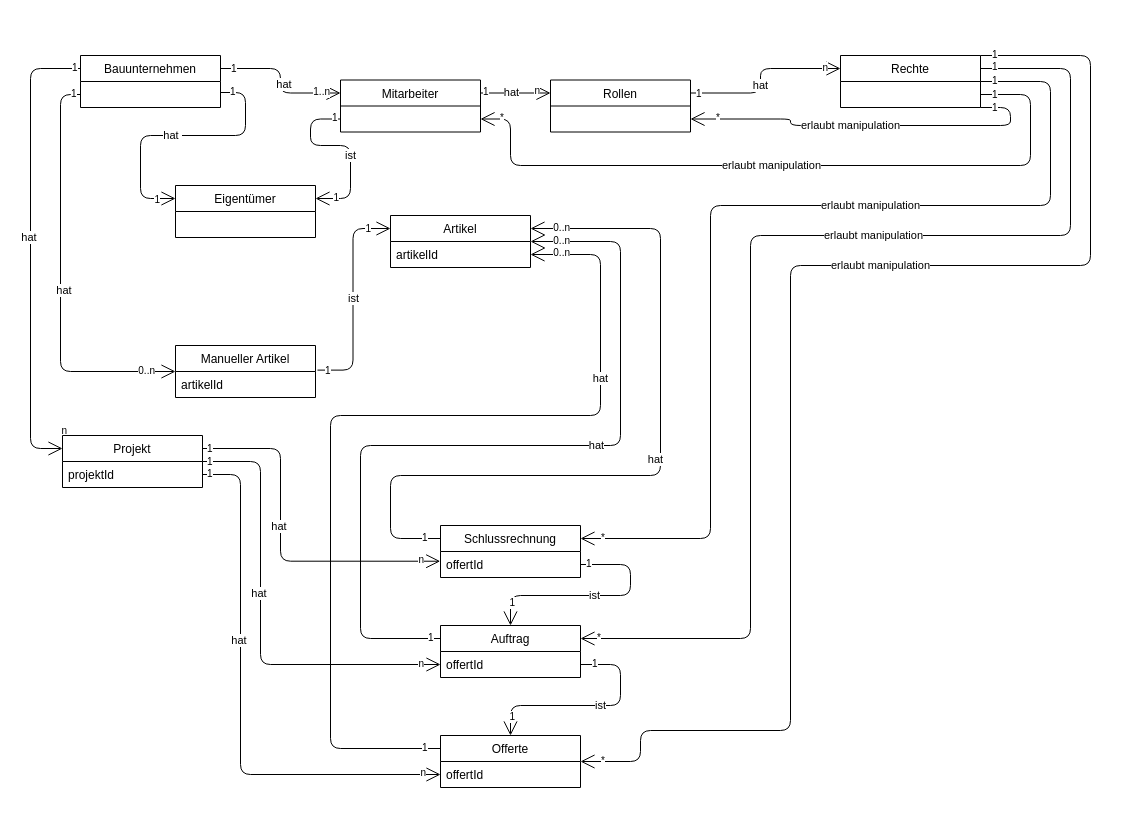
This is Documents/Domain model.drawio from UnifiedCalculation/UniCalc_doc, a draw.io file, before an edit. Source tidied: cells renumbered, new cells numbered last; positions are measured from the earlier drawing's top-left corner, leaving out a move shared by most shapes. Both pictures are drawn from the tidied source at 100%, with x=0, y=0 at pixel (30, 55).
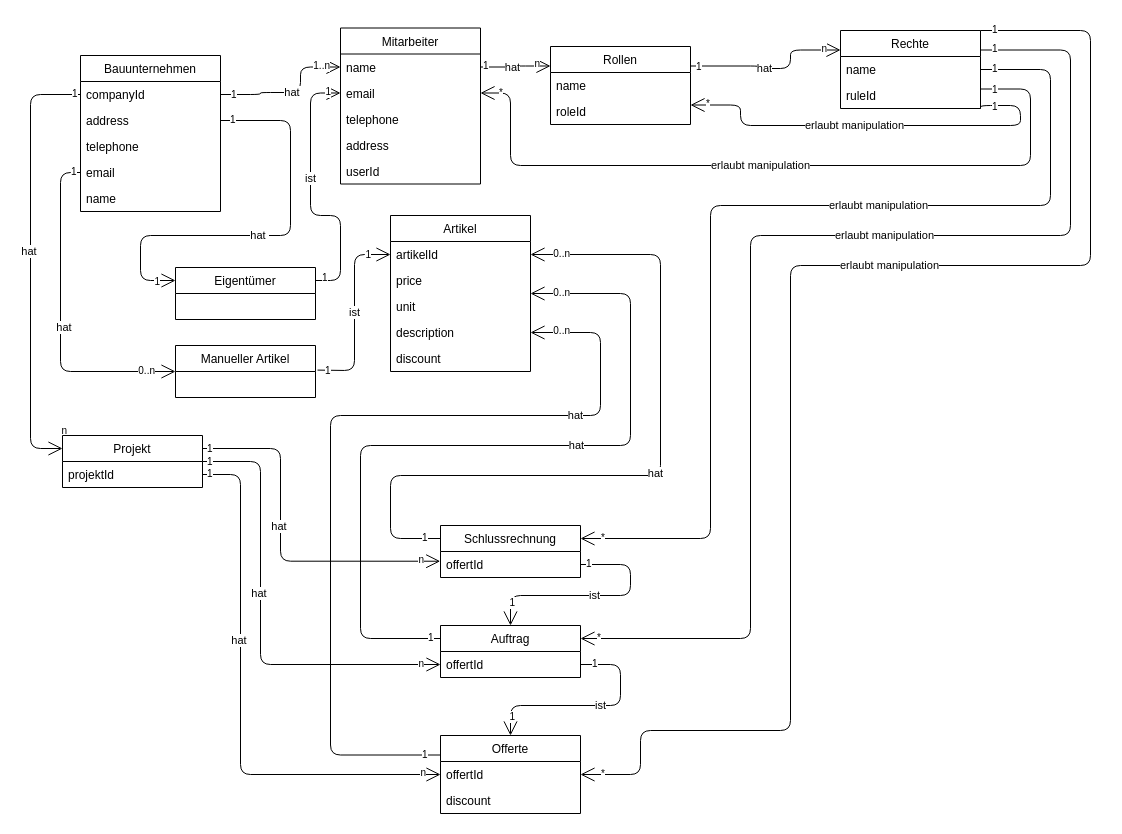
The same page after the edit.

The change refers to these unchanged cells:
```xml
<mxCell id="69" value="Projekt" style="swimlane;fontStyle=0;horizontal=1;startSize=26;fillColor=none;" parent="1" vertex="1">
  <mxGeometry x="32" y="380" width="140" height="52" as="geometry" />
</mxCell>
<mxCell id="71" value="Manueller Artikel" style="swimlane;fontStyle=0;horizontal=1;startSize=26;fillColor=none;" parent="1" vertex="1">
  <mxGeometry x="145" y="290" width="140" height="52" as="geometry" />
</mxCell>
<mxCell id="76" value="Schlussrechnung" style="swimlane;fontStyle=0;horizontal=1;startSize=26;fillColor=none;" parent="1" vertex="1">
  <mxGeometry x="410" y="470" width="140" height="52" as="geometry" />
</mxCell>
<mxCell id="78" value="Auftrag" style="swimlane;fontStyle=0;horizontal=1;startSize=26;fillColor=none;" parent="1" vertex="1">
  <mxGeometry x="410" y="570" width="140" height="52" as="geometry" />
</mxCell>
```

Change to the diagram source:
```diff
@@
-    <mxCell id="2" value="hat&amp;nbsp;" style="endArrow=open;html=1;endSize=12;startArrow=none;startSize=14;startFill=0;edgeStyle=orthogonalEdgeStyle;exitX=1;exitY=0.75;exitDx=0;exitDy=0;entryX=0;entryY=0.25;entryDx=0;entryDy=0;" parent="1" edge="1" target="73">
+    <mxCell id="2" value="hat&amp;nbsp;" style="endArrow=open;html=1;endSize=12;startArrow=none;startSize=14;startFill=0;edgeStyle=orthogonalEdgeStyle;exitX=1;exitY=0.5;exitDx=0;exitDy=0;entryX=0;entryY=0.25;entryDx=0;entryDy=0;" parent="1" edge="1" source="85" target="73">
       <mxGeometry x="0.04" relative="1" as="geometry">
-        <mxPoint x="190" y="37" as="sourcePoint" />
         <Array as="points">
-          <mxPoint x="215" y="37" />
-          <mxPoint x="215" y="80" />
-          <mxPoint x="110" y="80" />
-          <mxPoint x="110" y="143" />
+          <mxPoint x="260" y="65" />
+          <mxPoint x="260" y="180" />
+          <mxPoint x="110" y="180" />
+          <mxPoint x="110" y="225" />
         </Array>
       </mxGeometry>
     </mxCell>
@@
-    <mxCell id="5" value="hat&amp;nbsp;" style="endArrow=open;html=1;endSize=12;startArrow=none;startSize=14;startFill=0;edgeStyle=orthogonalEdgeStyle;exitX=1;exitY=0.25;exitDx=0;exitDy=0;entryX=0;entryY=0.25;entryDx=0;entryDy=0;" parent="1" edge="1" source="66" target="67">
-      <mxGeometry x="0.05" y="5" relative="1" as="geometry" />
+    <mxCell id="5" value="hat&amp;nbsp;" style="endArrow=open;html=1;endSize=12;startArrow=none;startSize=14;startFill=0;edgeStyle=orthogonalEdgeStyle;entryX=0;entryY=0.25;entryDx=0;entryDy=0;exitX=1;exitY=0.5;exitDx=0;exitDy=0;" parent="1" edge="1" source="84" target="67">
+      <mxGeometry x="0.02" relative="1" as="geometry">
+        <Array as="points">
+          <mxPoint x="230" y="39" />
+          <mxPoint x="230" y="37" />
+          <mxPoint x="270" y="37" />
+        </Array>
+      </mxGeometry>
     </mxCell>
@@
-    <mxCell id="8" value="ist" style="endArrow=open;html=1;endSize=12;startArrow=none;startSize=14;startFill=0;edgeStyle=orthogonalEdgeStyle;exitX=0;exitY=0.75;exitDx=0;exitDy=0;entryX=1;entryY=0.25;entryDx=0;entryDy=0;" parent="1" edge="1">
+    <mxCell id="8" value="ist" style="endArrow=open;html=1;endSize=12;startArrow=none;startSize=14;startFill=0;edgeStyle=orthogonalEdgeStyle;entryX=0;entryY=0.5;entryDx=0;entryDy=0;exitX=1;exitY=0.25;exitDx=0;exitDy=0;" parent="1" edge="1" source="73" target="90">
       <mxGeometry x="0.15" relative="1" as="geometry">
-        <mxPoint x="310" y="63.5" as="sourcePoint" />
-        <mxPoint x="285" y="143" as="targetPoint" />
         <Array as="points">
-          <mxPoint x="280" y="64" />
-          <mxPoint x="280" y="90" />
-          <mxPoint x="320" y="90" />
-          <mxPoint x="320" y="143" />
+          <mxPoint x="310" y="225" />
+          <mxPoint x="310" y="160" />
+          <mxPoint x="280" y="160" />
+          <mxPoint x="280" y="37" />
+          <mxPoint x="310" y="37" />
         </Array>
       </mxGeometry>
     </mxCell>
     <mxCell id="9" value="1" style="html=1;align=left;verticalAlign=top;labelBackgroundColor=#ffffff;fontSize=10;" parent="8" vertex="1">
       <mxGeometry x="-1" relative="1" as="geometry">
-        <mxPoint x="-10" y="-13.5" as="offset" />
+        <mxPoint x="5" y="-15" as="offset" />
       </mxGeometry>
     </mxCell>
     <mxCell id="10" value="1" style="html=1;align=right;verticalAlign=top;labelBackgroundColor=#ffffff;fontSize=10;" parent="8" vertex="1">
       <mxGeometry x="1" relative="1" as="geometry">
-        <mxPoint x="24.9" y="-13.5" as="offset" />
+        <mxPoint x="-9.7" y="-13.5" as="offset" />
       </mxGeometry>
     </mxCell>
-    <mxCell id="11" value="hat" style="endArrow=open;html=1;endSize=12;startArrow=none;startSize=14;startFill=0;edgeStyle=orthogonalEdgeStyle;entryX=0;entryY=0.25;entryDx=0;entryDy=0;exitX=1;exitY=0.25;exitDx=0;exitDy=0;" parent="1" edge="1" source="67" target="68">
+    <mxCell id="11" value="hat" style="endArrow=open;html=1;endSize=12;startArrow=none;startSize=14;startFill=0;edgeStyle=orthogonalEdgeStyle;entryX=0;entryY=0.25;entryDx=0;entryDy=0;exitX=1;exitY=0.5;exitDx=0;exitDy=0;" parent="1" edge="1" source="89" target="68">
       <mxGeometry x="-0.11" relative="1" as="geometry" />
     </mxCell>
@@
     <mxCell id="14" value="hat&amp;nbsp;" style="endArrow=open;html=1;endSize=12;startArrow=none;startSize=14;startFill=0;edgeStyle=orthogonalEdgeStyle;exitX=0;exitY=0.25;exitDx=0;exitDy=0;entryX=0;entryY=0.25;entryDx=0;entryDy=0;" parent="1" edge="1" source="66" target="69">
       <mxGeometry x="-0.05" relative="1" as="geometry">
         <Array as="points">
-          <mxPoint y="13" />
+          <mxPoint y="39" />
           <mxPoint y="393" />
         </Array>
       </mxGeometry>
     </mxCell>
@@
     <mxCell id="17" value="Rechte" style="swimlane;fontStyle=0;horizontal=1;startSize=26;fillColor=none;" parent="1" vertex="1">
-      <mxGeometry x="810" width="140" height="52" as="geometry" />
+      <mxGeometry x="810" y="-25" width="140" height="78" as="geometry" />
     </mxCell>
+    <mxCell id="82" value="name" style="text;strokeColor=none;fillColor=none;align=left;verticalAlign=top;spacingLeft=4;spacingRight=4;overflow=hidden;" parent="17" vertex="1">
+      <mxGeometry y="26" width="140" height="26" as="geometry" />
+    </mxCell>
+    <mxCell id="83" value="ruleId" style="text;strokeColor=none;fillColor=none;align=left;verticalAlign=top;spacingLeft=4;spacingRight=4;overflow=hidden;" parent="17" vertex="1">
+      <mxGeometry y="52" width="140" height="26" as="geometry" />
+    </mxCell>
@@
     <mxCell id="27" value="erlaubt manipulation" style="endArrow=open;html=1;endSize=12;startArrow=none;startSize=14;startFill=0;edgeStyle=orthogonalEdgeStyle;exitX=1;exitY=0.5;exitDx=0;exitDy=0;entryX=1;entryY=0.25;entryDx=0;entryDy=0;" parent="1" edge="1" source="17" target="76">
       <mxGeometry x="-0.25" relative="1" as="geometry">
         <Array as="points">
-          <mxPoint x="1020" y="26" />
+          <mxPoint x="1020" y="14" />
           <mxPoint x="1020" y="150" />
           <mxPoint x="680" y="150" />
           <mxPoint x="680" y="483" />
         </Array>
       </mxGeometry>
     </mxCell>
@@
     <mxCell id="30" value="hat" style="endArrow=open;html=1;endSize=12;startArrow=none;startSize=14;startFill=0;edgeStyle=orthogonalEdgeStyle;entryX=0;entryY=0.25;entryDx=0;entryDy=0;exitX=1;exitY=0.25;exitDx=0;exitDy=0;" parent="1" edge="1" source="68" target="17">
       <mxGeometry x="-0.11" relative="1" as="geometry">
         <Array as="points">
-          <mxPoint x="730" y="38" />
+          <mxPoint x="730" y="11" />
           <mxPoint x="730" y="13" />
+          <mxPoint x="760" y="13" />
+          <mxPoint x="760" y="-5" />
         </Array>
       </mxGeometry>
     </mxCell>
@@
     <mxCell id="33" value="erlaubt manipulation" style="endArrow=open;html=1;endSize=12;startArrow=none;startSize=14;startFill=0;edgeStyle=orthogonalEdgeStyle;entryX=1;entryY=0.25;entryDx=0;entryDy=0;exitX=1;exitY=0.25;exitDx=0;exitDy=0;" parent="1" edge="1" source="17" target="78">
       <mxGeometry x="-0.21" relative="1" as="geometry">
         <Array as="points">
-          <mxPoint x="1040" y="13" />
+          <mxPoint x="1040" y="-5" />
           <mxPoint x="1040" y="180" />
           <mxPoint x="720" y="180" />
           <mxPoint x="720" y="583" />
         </Array>
       </mxGeometry>
     </mxCell>
@@
     <mxCell id="36" value="erlaubt manipulation" style="endArrow=open;html=1;endSize=12;startArrow=none;startSize=14;startFill=0;edgeStyle=orthogonalEdgeStyle;exitX=1;exitY=0;exitDx=0;exitDy=0;entryX=1;entryY=0.5;entryDx=0;entryDy=0;" parent="1" edge="1" source="17" target="80">
       <mxGeometry x="-0.2" relative="1" as="geometry">
         <Array as="points">
-          <mxPoint x="1060" />
+          <mxPoint x="1060" y="-25" />
           <mxPoint x="1060" y="210" />
           <mxPoint x="760" y="210" />
           <mxPoint x="760" y="675" />
           <mxPoint x="610" y="675" />
-          <mxPoint x="610" y="706" />
+          <mxPoint x="610" y="719" />
         </Array>
       </mxGeometry>
     </mxCell>
@@
-    <mxCell id="39" value="erlaubt manipulation" style="endArrow=open;html=1;endSize=12;startArrow=none;startSize=14;startFill=0;edgeStyle=orthogonalEdgeStyle;entryX=1;entryY=0.75;entryDx=0;entryDy=0;exitX=1;exitY=0.75;exitDx=0;exitDy=0;" parent="1" edge="1" source="17" target="67">
+    <mxCell id="39" value="erlaubt manipulation" style="endArrow=open;html=1;endSize=12;startArrow=none;startSize=14;startFill=0;edgeStyle=orthogonalEdgeStyle;entryX=1;entryY=0.5;entryDx=0;entryDy=0;exitX=1;exitY=0.75;exitDx=0;exitDy=0;" parent="1" edge="1" source="17" target="90">
       <mxGeometry x="0.06" relative="1" as="geometry">
         <Array as="points">
-          <mxPoint x="1000" y="39" />
+          <mxPoint x="1000" y="34" />
           <mxPoint x="1000" y="110" />
           <mxPoint x="480" y="110" />
-          <mxPoint x="480" y="64" />
+          <mxPoint x="480" y="38" />
         </Array>
       </mxGeometry>
     </mxCell>
@@
     <mxCell id="41" value="*" style="html=1;align=right;verticalAlign=top;labelBackgroundColor=#ffffff;fontSize=10;" parent="39" vertex="1">
       <mxGeometry x="1" relative="1" as="geometry">
-        <mxPoint x="24" y="-13.5" as="offset" />
+        <mxPoint x="23" y="-12.5" as="offset" />
       </mxGeometry>
     </mxCell>
     <mxCell id="42" value="erlaubt manipulation" style="endArrow=open;html=1;endSize=12;startArrow=none;startSize=14;startFill=0;edgeStyle=orthogonalEdgeStyle;exitX=1;exitY=1;exitDx=0;exitDy=0;entryX=1;entryY=0.75;entryDx=0;entryDy=0;" parent="1" edge="1" source="17" target="68">
       <mxGeometry x="0.11" relative="1" as="geometry">
         <Array as="points">
-          <mxPoint x="980" y="52" />
-          <mxPoint x="980" y="70" />
-          <mxPoint x="760" y="70" />
-          <mxPoint x="760" y="63" />
+          <mxPoint x="950" y="50" />
+          <mxPoint x="990" y="50" />
+          <mxPoint x="990" y="70" />
+          <mxPoint x="710" y="70" />
+          <mxPoint x="710" y="50" />
         </Array>
       </mxGeometry>
     </mxCell>
     <mxCell id="43" value="1" style="html=1;align=left;verticalAlign=top;labelBackgroundColor=#ffffff;fontSize=10;" parent="42" vertex="1">
       <mxGeometry x="-1" relative="1" as="geometry">
-        <mxPoint x="10" y="-12.5" as="offset" />
+        <mxPoint x="10" y="-14.5" as="offset" />
       </mxGeometry>
     </mxCell>
     <mxCell id="44" value="*" style="html=1;align=right;verticalAlign=top;labelBackgroundColor=#ffffff;fontSize=10;" parent="42" vertex="1">
       <mxGeometry x="1" relative="1" as="geometry">
-        <mxPoint x="30.3" y="-13.5" as="offset" />
+        <mxPoint x="20.1" y="-13.5" as="offset" />
       </mxGeometry>
     </mxCell>
     <mxCell id="45" value="hat&amp;nbsp;" style="endArrow=open;html=1;endSize=12;startArrow=none;startSize=14;startFill=0;edgeStyle=orthogonalEdgeStyle;exitX=0;exitY=0.75;exitDx=0;exitDy=0;entryX=0;entryY=0.5;entryDx=0;entryDy=0;" parent="1" edge="1" source="66" target="71">
       <mxGeometry x="0.05" y="5" relative="1" as="geometry">
         <Array as="points">
-          <mxPoint x="30" y="39" />
+          <mxPoint x="30" y="117" />
           <mxPoint x="30" y="316" />
         </Array>
       </mxGeometry>
     </mxCell>
@@
-    <mxCell id="48" value="ist" style="endArrow=open;html=1;endSize=12;startArrow=none;startSize=14;startFill=0;edgeStyle=orthogonalEdgeStyle;entryX=0;entryY=0.25;entryDx=0;entryDy=0;exitX=1.014;exitY=-0.053;exitDx=0;exitDy=0;exitPerimeter=0;" parent="1" edge="1" source="72" target="74">
-      <mxGeometry relative="1" as="geometry" />
+    <mxCell id="48" value="ist" style="endArrow=open;html=1;endSize=12;startArrow=none;startSize=14;startFill=0;edgeStyle=orthogonalEdgeStyle;entryX=0;entryY=0.25;entryDx=0;entryDy=0;exitX=1.014;exitY=-0.053;exitDx=0;exitDy=0;exitPerimeter=0;" parent="1" edge="1" target="74">
+      <mxGeometry relative="1" as="geometry">
+        <mxPoint x="287" y="314.6" as="sourcePoint" />
+      </mxGeometry>
     </mxCell>
@@
     <mxCell id="51" value="hat" style="endArrow=open;html=1;endSize=12;startArrow=none;startSize=14;startFill=0;edgeStyle=orthogonalEdgeStyle;entryX=1;entryY=0.25;entryDx=0;entryDy=0;exitX=0;exitY=0.25;exitDx=0;exitDy=0;" parent="1" edge="1" source="76" target="74">
       <mxGeometry x="0.05" y="5" relative="1" as="geometry">
         <Array as="points">
           <mxPoint x="360" y="483" />
           <mxPoint x="360" y="420" />
           <mxPoint x="630" y="420" />
-          <mxPoint x="630" y="173" />
+          <mxPoint x="630" y="199" />
         </Array>
       </mxGeometry>
     </mxCell>
@@
     <mxCell id="54" value="hat" style="endArrow=open;html=1;endSize=12;startArrow=none;startSize=14;startFill=0;edgeStyle=orthogonalEdgeStyle;entryX=1;entryY=0.5;entryDx=0;entryDy=0;exitX=0;exitY=0.25;exitDx=0;exitDy=0;" parent="1" edge="1" source="78" target="74">
       <mxGeometry x="0.23" relative="1" as="geometry">
         <Array as="points">
           <mxPoint x="330" y="583" />
           <mxPoint x="330" y="390" />
-          <mxPoint x="590" y="390" />
-          <mxPoint x="590" y="186" />
+          <mxPoint x="600" y="390" />
+          <mxPoint x="600" y="238" />
         </Array>
       </mxGeometry>
     </mxCell>
@@
     <mxCell id="57" value="hat" style="endArrow=open;html=1;endSize=12;startArrow=none;startSize=14;startFill=0;edgeStyle=orthogonalEdgeStyle;entryX=1;entryY=0.75;entryDx=0;entryDy=0;exitX=0;exitY=0.25;exitDx=0;exitDy=0;" parent="1" edge="1" source="80" target="74">
       <mxGeometry x="0.59" relative="1" as="geometry">
         <Array as="points">
-          <mxPoint x="300" y="693" />
+          <mxPoint x="300" y="699" />
           <mxPoint x="300" y="360" />
           <mxPoint x="570" y="360" />
-          <mxPoint x="570" y="199" />
+          <mxPoint x="570" y="277" />
         </Array>
       </mxGeometry>
     </mxCell>
@@
     <mxCell id="66" value="Bauunternehmen" style="swimlane;fontStyle=0;horizontal=1;startSize=26;fillColor=none;" parent="1" vertex="1">
-      <mxGeometry x="50" width="140" height="52" as="geometry" />
+      <mxGeometry x="50" width="140" height="156" as="geometry" />
     </mxCell>
+    <mxCell id="84" value="companyId" style="text;strokeColor=none;fillColor=none;align=left;verticalAlign=top;spacingLeft=4;spacingRight=4;overflow=hidden;points=[[0,0.5],[1,0.5]];portConstraint=eastwest;" parent="66" vertex="1">
+      <mxGeometry y="26" width="140" height="26" as="geometry" />
+    </mxCell>
+    <mxCell id="85" value="address" style="text;strokeColor=none;fillColor=none;align=left;verticalAlign=top;spacingLeft=4;spacingRight=4;overflow=hidden;points=[[0,0.5],[1,0.5]];portConstraint=eastwest;" parent="66" vertex="1">
+      <mxGeometry y="52" width="140" height="26" as="geometry" />
+    </mxCell>
+    <mxCell id="86" value="telephone" style="text;strokeColor=none;fillColor=none;align=left;verticalAlign=top;spacingLeft=4;spacingRight=4;overflow=hidden;" parent="66" vertex="1">
+      <mxGeometry y="78" width="140" height="26" as="geometry" />
+    </mxCell>
+    <mxCell id="87" value="email" style="text;strokeColor=none;fillColor=none;align=left;verticalAlign=top;spacingLeft=4;spacingRight=4;overflow=hidden;" parent="66" vertex="1">
+      <mxGeometry y="104" width="140" height="26" as="geometry" />
+    </mxCell>
+    <mxCell id="88" value="name" style="text;strokeColor=none;fillColor=none;align=left;verticalAlign=top;spacingLeft=4;spacingRight=4;overflow=hidden;" parent="66" vertex="1">
+      <mxGeometry y="130" width="140" height="26" as="geometry" />
+    </mxCell>
     <mxCell id="67" value="Mitarbeiter" style="swimlane;fontStyle=0;horizontal=1;startSize=26;fillColor=none;" parent="1" vertex="1">
-      <mxGeometry x="310" y="24.5" width="140" height="52" as="geometry" />
+      <mxGeometry x="310" y="-27.5" width="140" height="156" as="geometry" />
     </mxCell>
-    <mxCell id="68" value="Rollen" style="swimlane;fontStyle=0;horizontal=1;startSize=26;fillColor=none;" parent="1" vertex="1">
-      <mxGeometry x="520" y="24.5" width="140" height="52" as="geometry" />
-    </mxCell>
+    <mxCell id="89" value="name" style="text;strokeColor=none;fillColor=none;align=left;verticalAlign=top;spacingLeft=4;spacingRight=4;overflow=hidden;points=[[0,0.5],[1,0.5]];portConstraint=eastwest;" parent="67" vertex="1">
+      <mxGeometry y="26" width="140" height="26" as="geometry" />
+    </mxCell>
+    <mxCell id="90" value="email" style="text;strokeColor=none;fillColor=none;align=left;verticalAlign=top;spacingLeft=4;spacingRight=4;overflow=hidden;points=[[0,0.5],[1,0.5]];portConstraint=eastwest;" parent="67" vertex="1">
+      <mxGeometry y="52" width="140" height="26" as="geometry" />
+    </mxCell>
+    <mxCell id="91" value="telephone" style="text;strokeColor=none;fillColor=none;align=left;verticalAlign=top;spacingLeft=4;spacingRight=4;overflow=hidden;" parent="67" vertex="1">
+      <mxGeometry y="78" width="140" height="26" as="geometry" />
+    </mxCell>
+    <mxCell id="92" value="address" style="text;strokeColor=none;fillColor=none;align=left;verticalAlign=top;spacingLeft=4;spacingRight=4;overflow=hidden;" parent="67" vertex="1">
+      <mxGeometry y="104" width="140" height="26" as="geometry" />
+    </mxCell>
+    <mxCell id="93" value="userId" style="text;strokeColor=none;fillColor=none;align=left;verticalAlign=top;spacingLeft=4;spacingRight=4;overflow=hidden;" parent="67" vertex="1">
+      <mxGeometry y="130" width="140" height="26" as="geometry" />
+    </mxCell>
@@
-    <mxCell id="72" value="artikelId" style="text;strokeColor=none;fillColor=none;align=left;verticalAlign=top;spacingLeft=4;spacingRight=4;overflow=hidden;points=[[0,0.5],[1,0.5]];portConstraint=eastwest;" parent="71" vertex="1">
-      <mxGeometry y="26" width="140" height="26" as="geometry" />
-    </mxCell>
-    <mxCell id="73" value="Eigentümer" style="swimlane;fontStyle=0;horizontal=1;startSize=26;fillColor=none;" parent="1" vertex="1">
-      <mxGeometry x="145" y="130" width="140" height="52" as="geometry" />
-    </mxCell>
     <mxCell id="74" value="Artikel" style="swimlane;fontStyle=0;horizontal=1;startSize=26;fillColor=none;" parent="1" vertex="1">
-      <mxGeometry x="360" y="160" width="140" height="52" as="geometry" />
+      <mxGeometry x="360" y="160" width="140" height="156" as="geometry" />
     </mxCell>
@@
+    <mxCell id="94" value="price" style="text;strokeColor=none;fillColor=none;align=left;verticalAlign=top;spacingLeft=4;spacingRight=4;overflow=hidden;" parent="74" vertex="1">
+      <mxGeometry y="52" width="140" height="26" as="geometry" />
+    </mxCell>
+    <mxCell id="95" value="unit" style="text;strokeColor=none;fillColor=none;align=left;verticalAlign=top;spacingLeft=4;spacingRight=4;overflow=hidden;" parent="74" vertex="1">
+      <mxGeometry y="78" width="140" height="26" as="geometry" />
+    </mxCell>
+    <mxCell id="96" value="description" style="text;strokeColor=none;fillColor=none;align=left;verticalAlign=top;spacingLeft=4;spacingRight=4;overflow=hidden;" parent="74" vertex="1">
+      <mxGeometry y="104" width="140" height="26" as="geometry" />
+    </mxCell>
+    <mxCell id="97" value="discount" style="text;strokeColor=none;fillColor=none;align=left;verticalAlign=top;spacingLeft=4;spacingRight=4;overflow=hidden;" parent="74" vertex="1">
+      <mxGeometry y="130" width="140" height="26" as="geometry" />
+    </mxCell>
+    <mxCell id="68" value="Rollen" style="swimlane;fontStyle=0;horizontal=1;startSize=26;fillColor=none;" parent="1" vertex="1">
+      <mxGeometry x="520" y="-9" width="140" height="78" as="geometry" />
+    </mxCell>
+    <mxCell id="98" value="name" style="text;strokeColor=none;fillColor=none;align=left;verticalAlign=top;spacingLeft=4;spacingRight=4;overflow=hidden;" parent="68" vertex="1">
+      <mxGeometry y="26" width="140" height="26" as="geometry" />
+    </mxCell>
+    <mxCell id="99" value="roleId" style="text;strokeColor=none;fillColor=none;align=left;verticalAlign=top;spacingLeft=4;spacingRight=4;overflow=hidden;" parent="68" vertex="1">
+      <mxGeometry y="52" width="140" height="26" as="geometry" />
+    </mxCell>
@@
     <mxCell id="80" value="Offerte" style="swimlane;fontStyle=0;horizontal=1;startSize=26;fillColor=none;" parent="1" vertex="1">
-      <mxGeometry x="410" y="680" width="140" height="52" as="geometry" />
+      <mxGeometry x="410" y="680" width="140" height="78" as="geometry" />
     </mxCell>
@@
+    <mxCell id="100" value="discount" style="text;strokeColor=none;fillColor=none;align=left;verticalAlign=top;spacingLeft=4;spacingRight=4;overflow=hidden;" parent="80" vertex="1">
+      <mxGeometry y="52" width="140" height="26" as="geometry" />
+    </mxCell>
+    <mxCell id="73" value="Eigentümer" style="swimlane;fontStyle=0;horizontal=1;startSize=26;fillColor=none;" parent="1" vertex="1">
+      <mxGeometry x="145" y="212" width="140" height="52" as="geometry" />
+    </mxCell>
```
